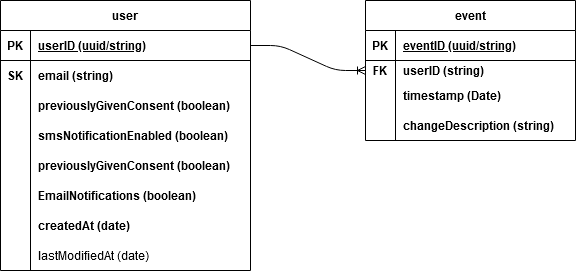
davidmaceachern/consents-api keeps this draw.io diagram as diagrams/entity-relationship.png. Above is the earlier version. Source tidied: cells renumbered, new cells last; positions are measured from the earlier drawing's top-left corner, leaving out a move shared by most shapes. Its diagram source:
```xml
<mxGraphModel>
  <root>
    <mxCell id="0" />
    <mxCell id="1" parent="0" />
    <mxCell id="2" value="user" style="shape=table;startSize=30;rowLines=0;fontStyle=1;align=center;" parent="1" vertex="1">
      <mxGeometry width="250" height="270" as="geometry" />
    </mxCell>
    <mxCell id="3" style="shape=partialRectangle;fillColor=none;top=0;left=0;bottom=1;right=0;points=[[0,0.5],[1,0.5]];portConstraint=eastwest;" parent="2" vertex="1">
      <mxGeometry y="30" width="250" height="30" as="geometry" />
    </mxCell>
    <mxCell id="4" value="PK" style="shape=partialRectangle;fillColor=none;top=0;left=0;bottom=0;right=0;fontStyle=1;overflow=hidden;" parent="3" vertex="1">
      <mxGeometry width="30" height="30" as="geometry" />
    </mxCell>
    <mxCell id="5" value="userID (uuid/string)" style="shape=partialRectangle;fillColor=none;top=0;left=0;bottom=0;right=0;align=left;spacingLeft=6;fontStyle=5;overflow=hidden;" parent="3" vertex="1">
      <mxGeometry x="30" width="220" height="30" as="geometry" />
    </mxCell>
    <mxCell id="6" style="shape=partialRectangle;fillColor=none;top=0;left=0;bottom=0;right=0;" parent="2" vertex="1">
      <mxGeometry y="60" width="250" height="30" as="geometry" />
    </mxCell>
    <mxCell id="7" value="SK" style="shape=partialRectangle;fillColor=none;top=0;left=0;bottom=0;right=0;overflow=hidden;fontStyle=1;" parent="6" vertex="1">
      <mxGeometry width="30" height="30" as="geometry" />
    </mxCell>
    <mxCell id="8" value="email (string)" style="shape=partialRectangle;fillColor=none;top=0;left=0;bottom=0;right=0;align=left;spacingLeft=6;overflow=hidden;fontStyle=1;" parent="6" vertex="1">
      <mxGeometry x="30" width="220" height="30" as="geometry" />
    </mxCell>
    <mxCell id="9" style="shape=partialRectangle;fillColor=none;top=0;left=0;bottom=0;right=0;" parent="2" vertex="1">
      <mxGeometry y="90" width="250" height="30" as="geometry" />
    </mxCell>
    <mxCell id="10" style="shape=partialRectangle;fillColor=none;top=0;left=0;bottom=0;right=0;overflow=hidden;" parent="9" vertex="1">
      <mxGeometry width="30" height="30" as="geometry" />
    </mxCell>
    <mxCell id="11" value="previouslyGivenConsent (boolean)" style="shape=partialRectangle;fillColor=none;top=0;left=0;bottom=0;right=0;align=left;spacingLeft=6;overflow=hidden;fontStyle=1;" parent="9" vertex="1">
      <mxGeometry x="30" width="220" height="30" as="geometry" />
    </mxCell>
    <mxCell id="12" style="shape=partialRectangle;fillColor=none;top=0;left=0;bottom=0;right=0;" parent="2" vertex="1">
      <mxGeometry y="120" width="250" height="30" as="geometry" />
    </mxCell>
    <mxCell id="13" style="shape=partialRectangle;fillColor=none;top=0;left=0;bottom=0;right=0;overflow=hidden;" parent="12" vertex="1">
      <mxGeometry width="30" height="30" as="geometry" />
    </mxCell>
    <mxCell id="14" value="smsNotificationEnabled (boolean)" style="shape=partialRectangle;fillColor=none;top=0;left=0;bottom=0;right=0;align=left;spacingLeft=6;overflow=hidden;fontStyle=1;" parent="12" vertex="1">
      <mxGeometry x="30" width="220" height="30" as="geometry" />
    </mxCell>
    <mxCell id="15" style="shape=partialRectangle;fillColor=none;top=0;left=0;bottom=0;right=0;" parent="2" vertex="1">
      <mxGeometry y="150" width="250" height="30" as="geometry" />
    </mxCell>
    <mxCell id="16" style="shape=partialRectangle;fillColor=none;top=0;left=0;bottom=0;right=0;overflow=hidden;" parent="15" vertex="1">
      <mxGeometry width="30" height="30" as="geometry" />
    </mxCell>
    <mxCell id="17" value="previouslyGivenConsent (boolean)" style="shape=partialRectangle;fillColor=none;top=0;left=0;bottom=0;right=0;align=left;spacingLeft=6;overflow=hidden;fontStyle=1;" parent="15" vertex="1">
      <mxGeometry x="30" width="220" height="30" as="geometry" />
    </mxCell>
    <mxCell id="18" style="shape=partialRectangle;fillColor=none;top=0;left=0;bottom=0;right=0;" parent="2" vertex="1">
      <mxGeometry y="180" width="250" height="30" as="geometry" />
    </mxCell>
    <mxCell id="19" style="shape=partialRectangle;fillColor=none;top=0;left=0;bottom=0;right=0;overflow=hidden;" parent="18" vertex="1">
      <mxGeometry width="30" height="30" as="geometry" />
    </mxCell>
    <mxCell id="20" value="EmailNotifications (boolean)" style="shape=partialRectangle;fillColor=none;top=0;left=0;bottom=0;right=0;align=left;spacingLeft=6;overflow=hidden;fontStyle=1;" parent="18" vertex="1">
      <mxGeometry x="30" width="220" height="30" as="geometry" />
    </mxCell>
    <mxCell id="21" style="shape=partialRectangle;fillColor=none;top=0;left=0;bottom=0;right=0;" parent="2" vertex="1">
      <mxGeometry y="210" width="250" height="30" as="geometry" />
    </mxCell>
    <mxCell id="22" style="shape=partialRectangle;fillColor=none;top=0;left=0;bottom=0;right=0;overflow=hidden;" parent="21" vertex="1">
      <mxGeometry width="30" height="30" as="geometry" />
    </mxCell>
    <mxCell id="23" value="createdAt (date)" style="shape=partialRectangle;fillColor=none;top=0;left=0;bottom=0;right=0;align=left;spacingLeft=6;overflow=hidden;fontStyle=1;" parent="21" vertex="1">
      <mxGeometry x="30" width="220" height="30" as="geometry" />
    </mxCell>
    <mxCell id="24" style="shape=partialRectangle;fillColor=none;top=0;left=0;bottom=0;right=0;" parent="2" vertex="1">
      <mxGeometry y="240" width="250" height="30" as="geometry" />
    </mxCell>
    <mxCell id="25" style="shape=partialRectangle;fillColor=none;top=0;left=0;bottom=0;right=0;overflow=hidden;" parent="24" vertex="1">
      <mxGeometry width="30" height="30" as="geometry" />
    </mxCell>
    <mxCell id="26" value="lastModifiedAt (date)" style="shape=partialRectangle;fillColor=none;top=0;left=0;bottom=0;right=0;align=left;spacingLeft=6;overflow=hidden;" parent="24" vertex="1">
      <mxGeometry x="30" width="220" height="30" as="geometry" />
    </mxCell>
    <mxCell id="27" value="event" style="shape=table;startSize=30;rowLines=0;fontStyle=1;align=center;" parent="1" vertex="1">
      <mxGeometry x="365" width="210" height="140" as="geometry" />
    </mxCell>
    <mxCell id="28" style="shape=partialRectangle;fillColor=none;top=0;left=0;bottom=1;right=0;" parent="27" vertex="1">
      <mxGeometry y="30" width="210" height="30" as="geometry" />
    </mxCell>
    <mxCell id="29" value="PK" style="shape=partialRectangle;fillColor=none;top=0;left=0;bottom=0;right=0;fontStyle=1;overflow=hidden;" parent="28" vertex="1">
      <mxGeometry width="30" height="30" as="geometry" />
    </mxCell>
    <mxCell id="30" value="eventID (uuid/string)" style="shape=partialRectangle;fillColor=none;top=0;left=0;bottom=0;right=0;align=left;spacingLeft=6;fontStyle=5;overflow=hidden;" parent="28" vertex="1">
      <mxGeometry x="30" width="180" height="30" as="geometry" />
    </mxCell>
    <mxCell id="31" style="shape=partialRectangle;fillColor=none;top=0;left=0;bottom=0;right=0;points=[[0,0.5],[1,0.5]];portConstraint=eastwest;" parent="27" vertex="1">
      <mxGeometry y="60" width="210" height="20" as="geometry" />
    </mxCell>
    <mxCell id="32" value="FK" style="shape=partialRectangle;fillColor=none;top=0;left=0;bottom=0;right=0;overflow=hidden;fontStyle=1;" parent="31" vertex="1">
      <mxGeometry width="30" height="20" as="geometry" />
    </mxCell>
    <mxCell id="33" value="userID (string)" style="shape=partialRectangle;fillColor=none;top=0;left=0;bottom=0;right=0;align=left;spacingLeft=6;overflow=hidden;fontStyle=1;" parent="31" vertex="1">
      <mxGeometry x="30" width="180" height="20" as="geometry" />
    </mxCell>
    <mxCell id="34" style="shape=partialRectangle;fillColor=none;top=0;left=0;bottom=0;right=0;" parent="27" vertex="1">
      <mxGeometry y="80" width="210" height="30" as="geometry" />
    </mxCell>
    <mxCell id="35" style="shape=partialRectangle;fillColor=none;top=0;left=0;bottom=0;right=0;overflow=hidden;" parent="34" vertex="1">
      <mxGeometry width="30" height="30" as="geometry" />
    </mxCell>
    <mxCell id="36" value="timestamp (Date)" style="shape=partialRectangle;fillColor=none;top=0;left=0;bottom=0;right=0;align=left;spacingLeft=6;overflow=hidden;fontStyle=1;" parent="34" vertex="1">
      <mxGeometry x="30" width="180" height="30" as="geometry" />
    </mxCell>
    <mxCell id="37" style="shape=partialRectangle;fillColor=none;top=0;left=0;bottom=0;right=0;" parent="27" vertex="1">
      <mxGeometry y="110" width="210" height="30" as="geometry" />
    </mxCell>
    <mxCell id="38" style="shape=partialRectangle;fillColor=none;top=0;left=0;bottom=0;right=0;overflow=hidden;fontStyle=1;" parent="37" vertex="1">
      <mxGeometry width="30" height="30" as="geometry" />
    </mxCell>
    <mxCell id="39" value="changeDescription (string)" style="shape=partialRectangle;fillColor=none;top=0;left=0;bottom=0;right=0;align=left;spacingLeft=6;overflow=hidden;fontStyle=1;" parent="37" vertex="1">
      <mxGeometry x="30" width="180" height="30" as="geometry" />
    </mxCell>
    <mxCell id="40" style="edgeStyle=entityRelationEdgeStyle;fontSize=12;html=1;endArrow=ERoneToMany;exitX=1;exitY=0.5;exitDx=0;exitDy=0;entryX=0;entryY=0.5;entryDx=0;entryDy=0;" parent="1" edge="1" source="3" target="31">
      <mxGeometry relative="1" as="geometry" />
    </mxCell>
  </root>
</mxGraphModel>
```
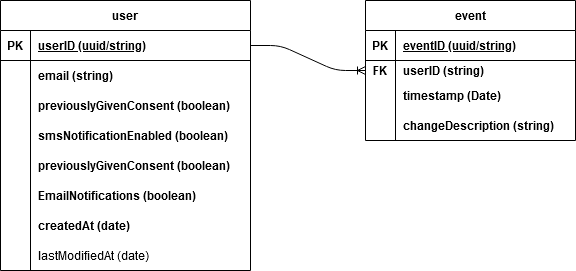
The same diagram one commit later.

Diff of the diagram source:
```diff
@@ -17,7 +17,7 @@
     <mxCell id="6" style="shape=partialRectangle;fillColor=none;top=0;left=0;bottom=0;right=0;" parent="2" vertex="1">
       <mxGeometry y="60" width="250" height="30" as="geometry" />
     </mxCell>
-    <mxCell id="7" value="SK" style="shape=partialRectangle;fillColor=none;top=0;left=0;bottom=0;right=0;overflow=hidden;fontStyle=1;" parent="6" vertex="1">
+    <mxCell id="7" style="shape=partialRectangle;fillColor=none;top=0;left=0;bottom=0;right=0;overflow=hidden;fontStyle=1;" parent="6" vertex="1">
       <mxGeometry width="30" height="30" as="geometry" />
     </mxCell>
     <mxCell id="8" value="email (string)" style="shape=partialRectangle;fillColor=none;top=0;left=0;bottom=0;right=0;align=left;spacingLeft=6;overflow=hidden;fontStyle=1;" parent="6" vertex="1">
```
